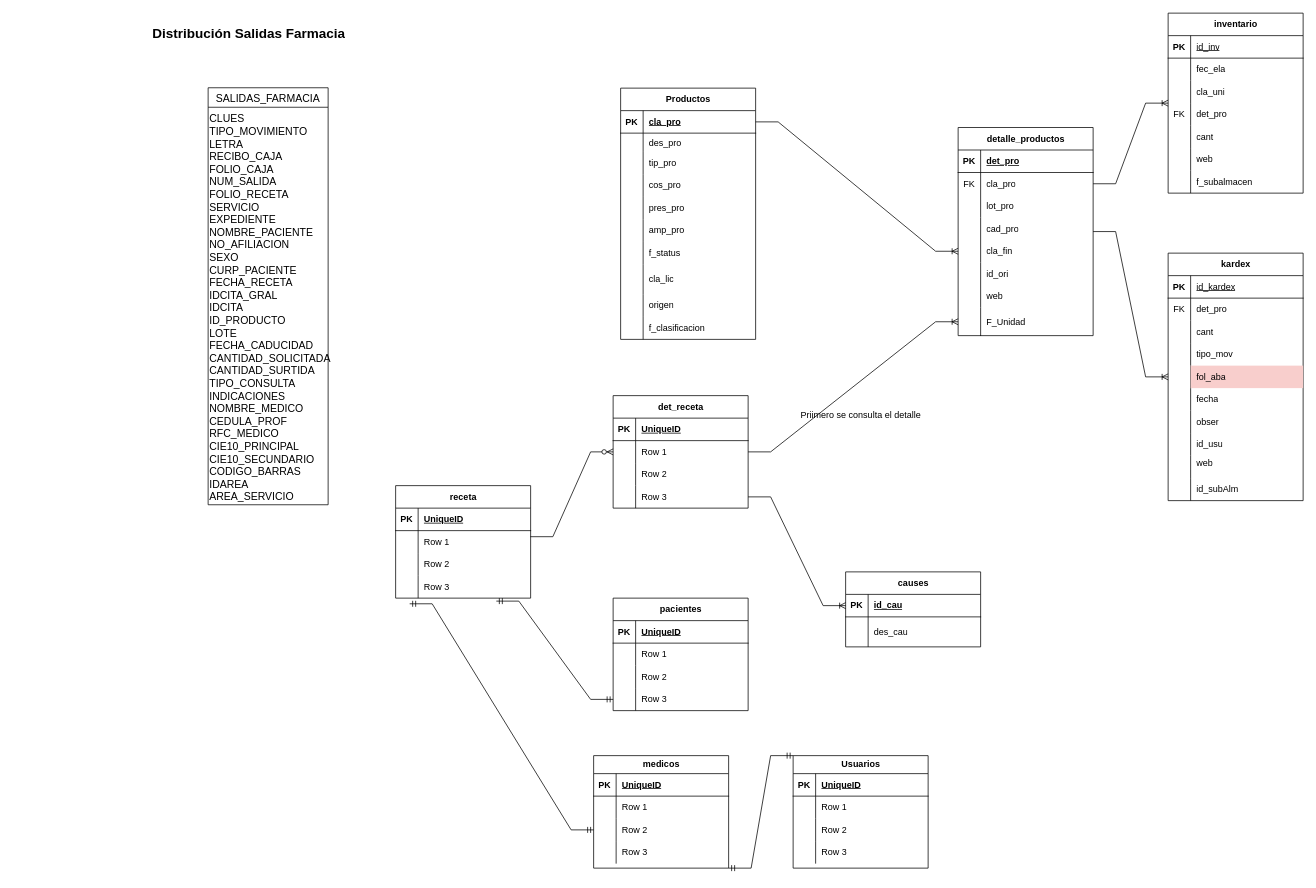
ErnestoDanielTafoyaMolinaCYM/clases-cat-cym keeps this draw.io diagram as SalidasFarmacia.drawio. Above is the earlier version. Source tidied: cells renumbered, new cells numbered last; positions are measured from the earlier drawing's top-left corner, leaving out a move shared by most shapes. Both pictures are drawn from the tidied source at 75%, with x=0, y=0 at pixel (148, 13).
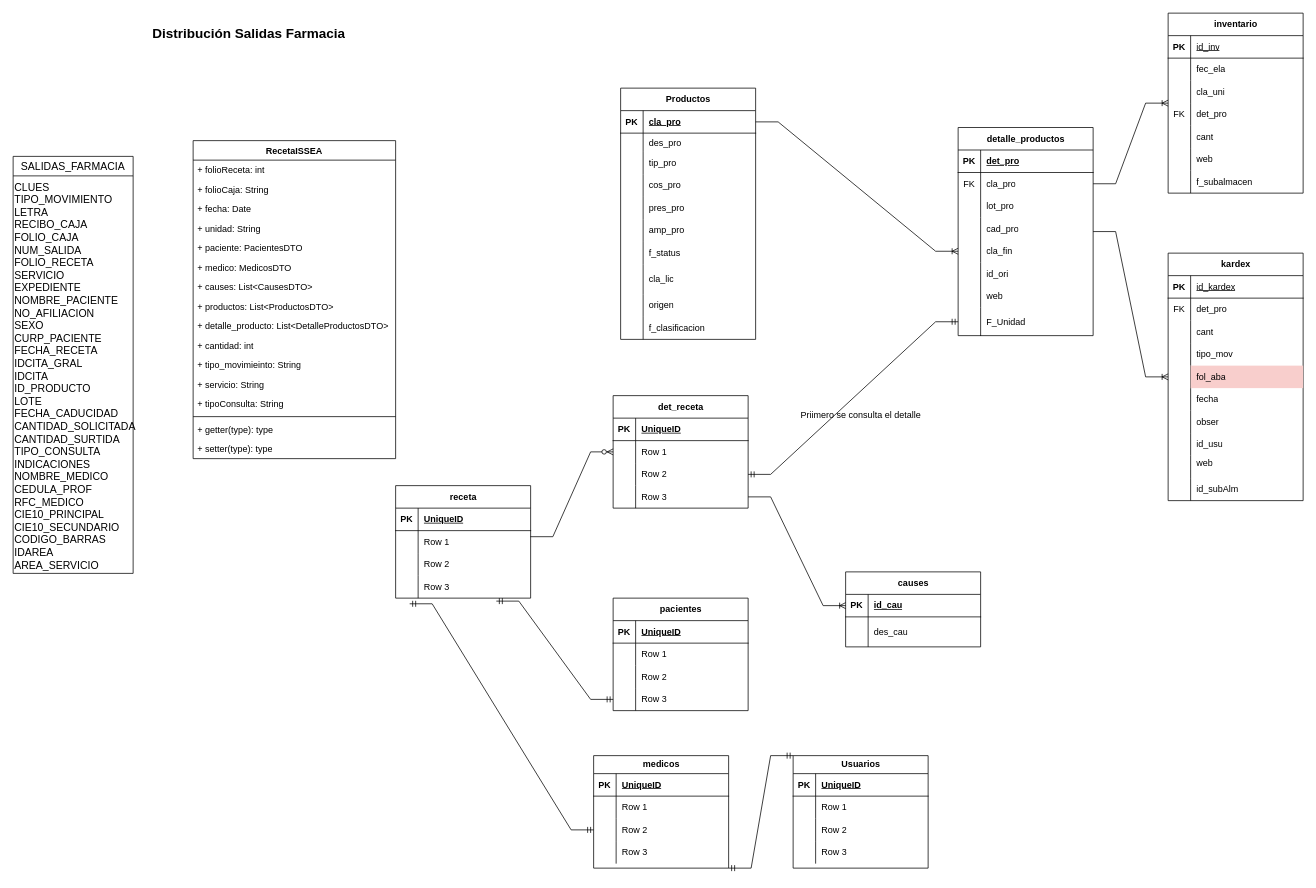
Above is the later version.

The change refers to these unchanged cells:
```xml
<mxCell id="34" style="shape=tableRow;horizontal=0;startSize=0;swimlaneHead=0;swimlaneBody=0;fillColor=none;points=[[0,0.5],[1,0.5]];portConstraint=eastwest;top=0;left=0;right=0;bottom=0;" parent="12" vertex="1">
  <mxGeometry y="240" width="180" height="38" as="geometry" />
</mxCell>
<mxCell id="139" style="shape=tableRow;horizontal=0;startSize=0;swimlaneHead=0;swimlaneBody=0;fillColor=none;points=[[0,0.5],[1,0.5]];portConstraint=eastwest;top=0;left=0;right=0;bottom=0;" parent="135" vertex="1">
  <mxGeometry y="60" width="180" height="30" as="geometry" />
</mxCell>
<mxCell id="142" style="shape=tableRow;horizontal=0;startSize=0;swimlaneHead=0;swimlaneBody=0;fillColor=none;points=[[0,0.5],[1,0.5]];portConstraint=eastwest;top=0;left=0;right=0;bottom=0;" parent="135" vertex="1">
  <mxGeometry y="90" width="180" height="30" as="geometry" />
</mxCell>
```

The edit, as a diff of the source:
```diff
@@
     <mxCell id="2" value="SALIDAS_FARMACIA" style="swimlane;fontStyle=0;horizontal=1;startSize=26;align=center;fontSize=14;" parent="1" vertex="1">
-      <mxGeometry x="80" y="99.5" width="160" height="556" as="geometry" />
+      <mxGeometry x="-180" y="191" width="160" height="556" as="geometry" />
     </mxCell>
@@
-    <mxCell id="148" style="edgeStyle=entityRelationEdgeStyle;fontSize=12;html=1;endArrow=ERoneToMany;rounded=0;entryX=0;entryY=0.5;entryDx=0;entryDy=0;" parent="1" edge="1" source="139" target="34">
-      <mxGeometry relative="1" as="geometry" />
-    </mxCell>
@@
+    <mxCell id="197" style="edgeStyle=entityRelationEdgeStyle;fontSize=12;html=1;endArrow=ERmandOne;startArrow=ERmandOne;rounded=0;entryX=0;entryY=0.5;entryDx=0;entryDy=0;exitX=1;exitY=0.5;exitDx=0;exitDy=0;" parent="1" edge="1" source="142" target="34">
+      <mxGeometry relative="1" as="geometry" />
+    </mxCell>
+    <mxCell id="198" value="RecetaISSEA" style="swimlane;fontStyle=1;align=center;verticalAlign=top;horizontal=1;startSize=26;whiteSpace=wrap;html=1;" parent="1" vertex="1">
+      <mxGeometry x="60" y="170" width="270" height="424" as="geometry" />
+    </mxCell>
+    <mxCell id="199" value="+ folioReceta: int" style="text;strokeColor=none;fillColor=none;align=left;verticalAlign=top;spacingLeft=4;spacingRight=4;overflow=hidden;whiteSpace=wrap;html=1;" parent="198" vertex="1">
+      <mxGeometry y="26" width="270" height="26" as="geometry" />
+    </mxCell>
+    <mxCell id="200" value="+ folioCaja: String" style="text;strokeColor=none;fillColor=none;align=left;verticalAlign=top;spacingLeft=4;spacingRight=4;overflow=hidden;whiteSpace=wrap;html=1;" parent="198" vertex="1">
+      <mxGeometry y="52" width="270" height="26" as="geometry" />
+    </mxCell>
+    <mxCell id="201" value="+ fecha: Date" style="text;strokeColor=none;fillColor=none;align=left;verticalAlign=top;spacingLeft=4;spacingRight=4;overflow=hidden;whiteSpace=wrap;html=1;" parent="198" vertex="1">
+      <mxGeometry y="78" width="270" height="26" as="geometry" />
+    </mxCell>
+    <mxCell id="202" value="+ unidad: String" style="text;strokeColor=none;fillColor=none;align=left;verticalAlign=top;spacingLeft=4;spacingRight=4;overflow=hidden;whiteSpace=wrap;html=1;" parent="198" vertex="1">
+      <mxGeometry y="104" width="270" height="26" as="geometry" />
+    </mxCell>
+    <mxCell id="203" value="+ paciente: PacientesDTO" style="text;strokeColor=none;fillColor=none;align=left;verticalAlign=top;spacingLeft=4;spacingRight=4;overflow=hidden;whiteSpace=wrap;html=1;" parent="198" vertex="1">
+      <mxGeometry y="130" width="270" height="26" as="geometry" />
+    </mxCell>
+    <mxCell id="204" value="+ medico: MedicosDTO" style="text;strokeColor=none;fillColor=none;align=left;verticalAlign=top;spacingLeft=4;spacingRight=4;overflow=hidden;whiteSpace=wrap;html=1;" parent="198" vertex="1">
+      <mxGeometry y="156" width="270" height="26" as="geometry" />
+    </mxCell>
+    <mxCell id="205" value="+ causes: List&amp;lt;CausesDTO&amp;gt;" style="text;strokeColor=none;fillColor=none;align=left;verticalAlign=top;spacingLeft=4;spacingRight=4;overflow=hidden;whiteSpace=wrap;html=1;" parent="198" vertex="1">
+      <mxGeometry y="182" width="270" height="26" as="geometry" />
+    </mxCell>
+    <mxCell id="206" value="+ productos: List&amp;lt;ProductosDTO&amp;gt;&lt;div&gt;&lt;br&gt;&lt;/div&gt;" style="text;strokeColor=none;fillColor=none;align=left;verticalAlign=top;spacingLeft=4;spacingRight=4;overflow=hidden;whiteSpace=wrap;html=1;" parent="198" vertex="1">
+      <mxGeometry y="208" width="270" height="26" as="geometry" />
+    </mxCell>
+    <mxCell id="207" value="+ detalle_producto: List&amp;lt;DetalleProductosDTO&amp;gt;" style="text;strokeColor=none;fillColor=none;align=left;verticalAlign=top;spacingLeft=4;spacingRight=4;overflow=hidden;whiteSpace=wrap;html=1;" parent="198" vertex="1">
+      <mxGeometry y="234" width="270" height="26" as="geometry" />
+    </mxCell>
+    <mxCell id="208" value="+ cantidad: int" style="text;strokeColor=none;fillColor=none;align=left;verticalAlign=top;spacingLeft=4;spacingRight=4;overflow=hidden;whiteSpace=wrap;html=1;" parent="198" vertex="1">
+      <mxGeometry y="260" width="270" height="26" as="geometry" />
+    </mxCell>
+    <mxCell id="209" value="+ tipo_movimieinto: String&lt;div&gt;&lt;br&gt;&lt;/div&gt;" style="text;strokeColor=none;fillColor=none;align=left;verticalAlign=top;spacingLeft=4;spacingRight=4;overflow=hidden;whiteSpace=wrap;html=1;" parent="198" vertex="1">
+      <mxGeometry y="286" width="270" height="26" as="geometry" />
+    </mxCell>
+    <mxCell id="210" value="+ servicio: String" style="text;strokeColor=none;fillColor=none;align=left;verticalAlign=top;spacingLeft=4;spacingRight=4;overflow=hidden;whiteSpace=wrap;html=1;" parent="198" vertex="1">
+      <mxGeometry y="312" width="270" height="26" as="geometry" />
+    </mxCell>
+    <mxCell id="211" value="+ tipoConsulta: String&lt;div&gt;&lt;br&gt;&lt;/div&gt;" style="text;strokeColor=none;fillColor=none;align=left;verticalAlign=top;spacingLeft=4;spacingRight=4;overflow=hidden;whiteSpace=wrap;html=1;" parent="198" vertex="1">
+      <mxGeometry y="338" width="270" height="26" as="geometry" />
+    </mxCell>
+    <mxCell id="212" style="line;strokeWidth=1;fillColor=none;align=left;verticalAlign=middle;spacingTop=-1;spacingLeft=3;spacingRight=3;labelPosition=right;strokeColor=inherit;" parent="198" vertex="1">
+      <mxGeometry y="364" width="270" height="8" as="geometry" />
+    </mxCell>
+    <mxCell id="213" value="+ getter(type): type" style="text;strokeColor=none;fillColor=none;align=left;verticalAlign=top;spacingLeft=4;spacingRight=4;overflow=hidden;whiteSpace=wrap;html=1;" parent="198" vertex="1">
+      <mxGeometry y="372" width="270" height="26" as="geometry" />
+    </mxCell>
+    <mxCell id="214" value="+ setter(type): type" style="text;strokeColor=none;fillColor=none;align=left;verticalAlign=top;spacingLeft=4;spacingRight=4;overflow=hidden;whiteSpace=wrap;html=1;" parent="198" vertex="1">
+      <mxGeometry y="398" width="270" height="26" as="geometry" />
+    </mxCell>
```
